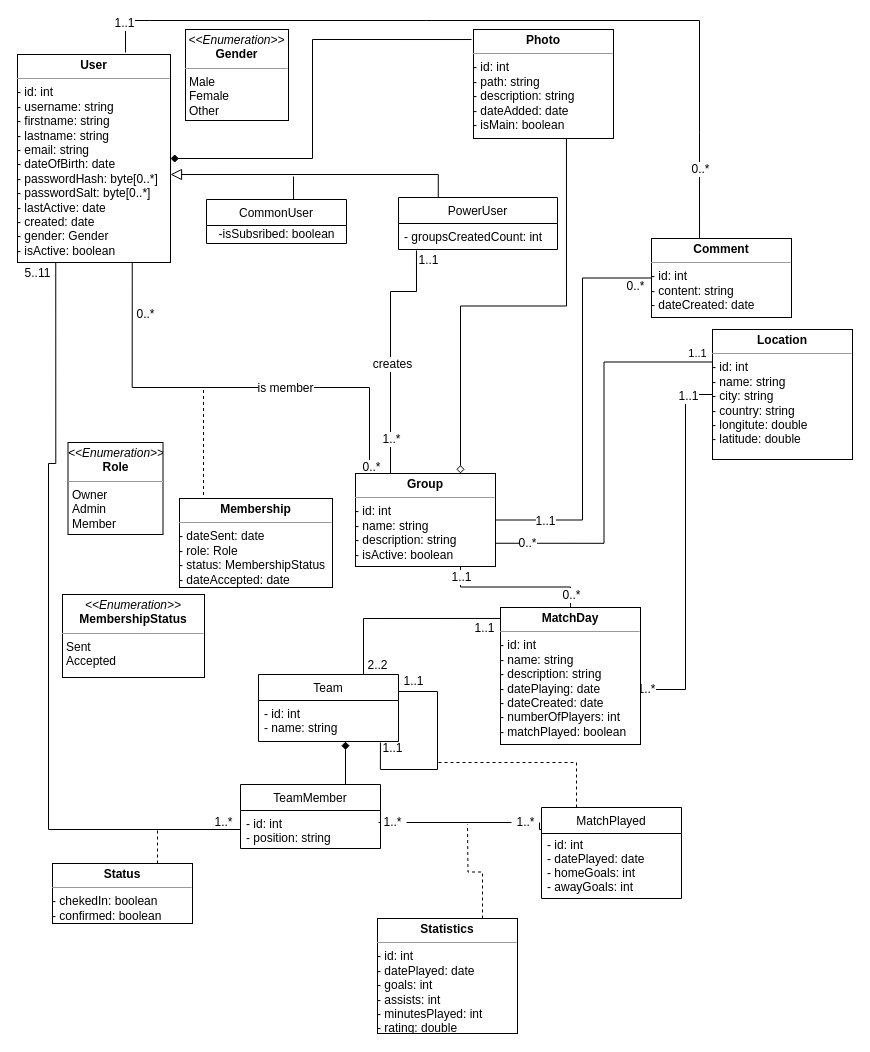
Before: FootballAppModel.drawio in milosnikic/FootballApp, a draw.io diagram. Source tidied: cells renumbered, new cells numbered last; positions are measured from the earlier drawing's top-left corner, leaving out a move shared by most shapes. Both pictures are drawn from the tidied source at 100%, with x=0, y=0 at pixel (17, 20).
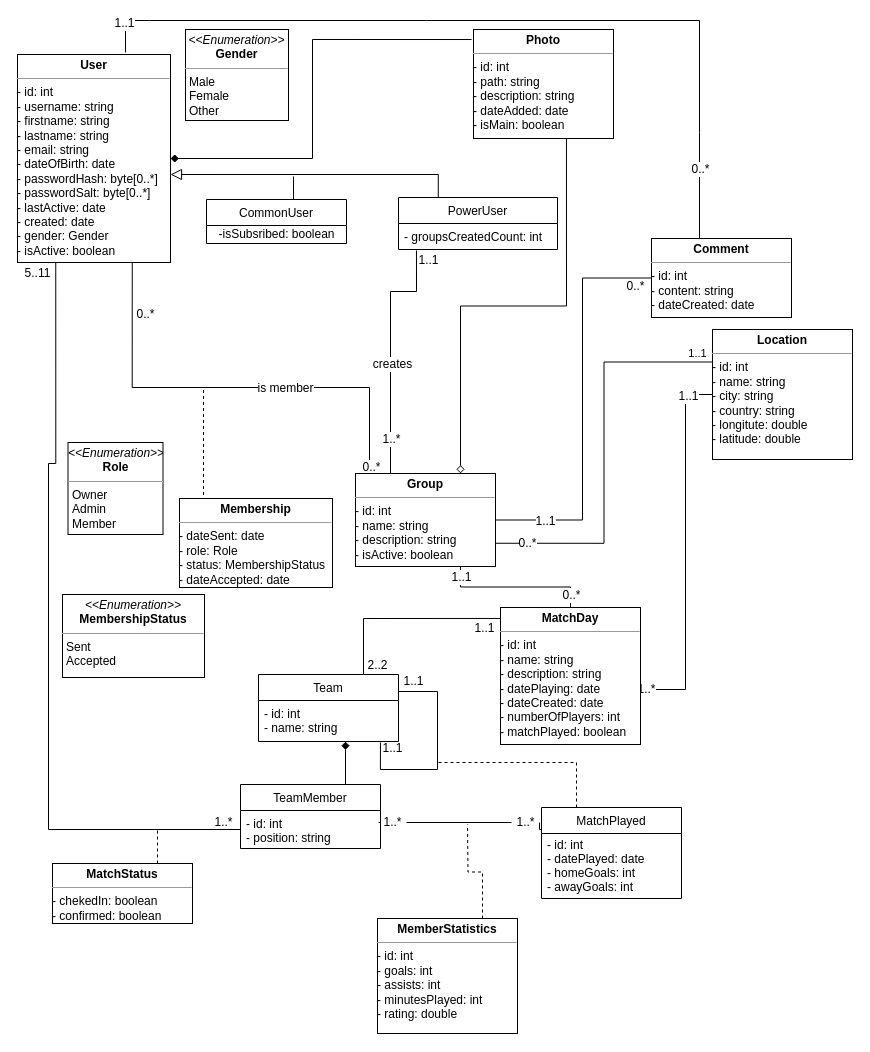
The same page after the edit.

Commit message (it also covers changes not shown here):
- Database model updated

Diff of the diagram source:
```diff
@@
-    <mxCell id="37" value="&lt;p style=&quot;margin: 0px ; margin-top: 4px ; text-align: center&quot;&gt;&lt;b&gt;Statistics&lt;/b&gt;&lt;/p&gt;&lt;hr size=&quot;1&quot;&gt;&lt;div style=&quot;height: 2px&quot;&gt;- id: int&lt;br&gt;- datePlayed: date&lt;br&gt;- goals: int&lt;br&gt;- assists: int&lt;br&gt;- minutesPlayed: int&lt;br&gt;- rating: double&lt;/div&gt;" style="verticalAlign=top;align=left;overflow=fill;fontSize=12;fontFamily=Helvetica;html=1;" parent="1" vertex="1">
+    <mxCell id="37" value="&lt;p style=&quot;margin: 0px ; margin-top: 4px ; text-align: center&quot;&gt;&lt;b&gt;MemberStatistics&lt;/b&gt;&lt;/p&gt;&lt;hr size=&quot;1&quot;&gt;&lt;div style=&quot;height: 2px&quot;&gt;- id: int&lt;br&gt;- goals: int&lt;br&gt;- assists: int&lt;br&gt;- minutesPlayed: int&lt;br&gt;- rating: double&lt;/div&gt;" style="verticalAlign=top;align=left;overflow=fill;fontSize=12;fontFamily=Helvetica;html=1;" parent="1" vertex="1">
       <mxGeometry x="360" y="898" width="140" height="115" as="geometry" />
     </mxCell>
@@
-    <mxCell id="39" value="&lt;p style=&quot;margin: 0px ; margin-top: 4px ; text-align: center&quot;&gt;&lt;b&gt;Status&lt;/b&gt;&lt;/p&gt;&lt;hr size=&quot;1&quot;&gt;&lt;div style=&quot;height: 2px&quot;&gt;- chekedIn: boolean&lt;br&gt;- confirmed: boolean&lt;/div&gt;" style="verticalAlign=top;align=left;overflow=fill;fontSize=12;fontFamily=Helvetica;html=1;" parent="1" vertex="1">
+    <mxCell id="39" value="&lt;p style=&quot;margin: 0px ; margin-top: 4px ; text-align: center&quot;&gt;&lt;b&gt;MatchStatus&lt;/b&gt;&lt;/p&gt;&lt;hr size=&quot;1&quot;&gt;&lt;div style=&quot;height: 2px&quot;&gt;- chekedIn: boolean&lt;br&gt;- confirmed: boolean&lt;/div&gt;" style="verticalAlign=top;align=left;overflow=fill;fontSize=12;fontFamily=Helvetica;html=1;" parent="1" vertex="1">
       <mxGeometry x="35" y="843" width="140" height="60" as="geometry" />
     </mxCell>
```
